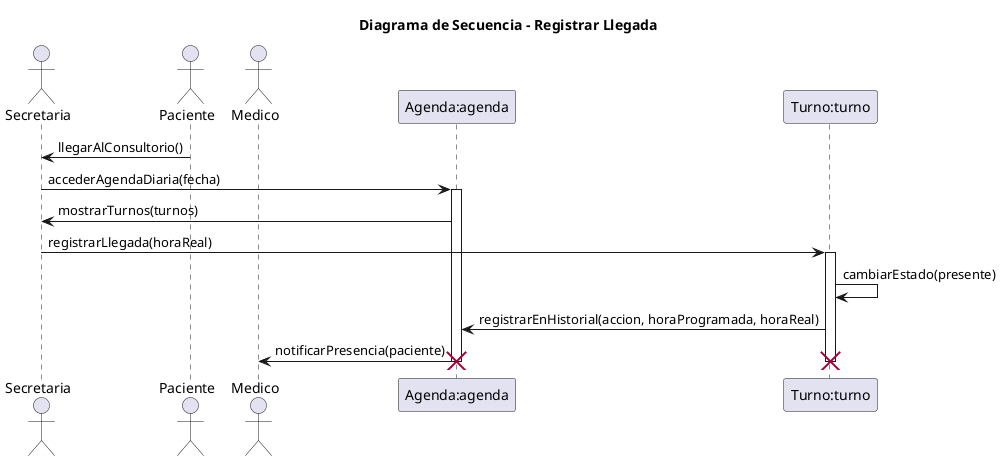
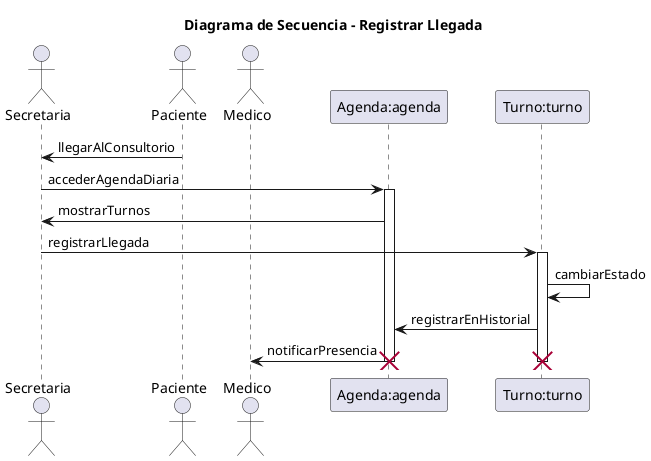
@startuml 05-secuencia-registrar-llegada-04

title Diagrama de Secuencia - Registrar Llegada
' Nombre del escenario: Registrar Llegada del Paciente - Flujo Principal
' Archivo: diagramas/03-escenarios-casos-de-uso/03-registrar-llegada-flujo-principal.md
' Objetivo: Representar el registro de llegada de un paciente en el día de la cita, involucrando secretaria, paciente, médico y sistema, basado en responsabilidades de CRC (Secretaria gestiona turnos, Turno modifica estados, Medico atiende pacientes, Agenda muestra turnos).

actor Secretaria as secretaria
actor Paciente as paciente
actor Medico as medico
participant "Agenda:agenda" as agenda
participant "Turno:turno" as turno

- paciente -> secretaria: llegarAlConsultorio()
+ paciente -> secretaria: llegarAlConsultorio

- secretaria -> agenda: accederAgendaDiaria(fecha)
+ secretaria -> agenda: accederAgendaDiaria
activate agenda

- agenda -> secretaria: mostrarTurnos(turnos)
- secretaria -> turno: registrarLlegada(horaReal)
+ agenda -> secretaria: mostrarTurnos
+ secretaria -> turno: registrarLlegada
activate turno

- turno -> turno: cambiarEstado(presente)
- turno -> agenda: registrarEnHistorial(accion, horaProgramada, horaReal)
+ turno -> turno: cambiarEstado
+ turno -> agenda: registrarEnHistorial

- agenda -> medico: notificarPresencia(paciente)
+ agenda -> medico: notificarPresencia

deactivate turno
deactivate agenda

destroy turno
destroy agenda

@enduml